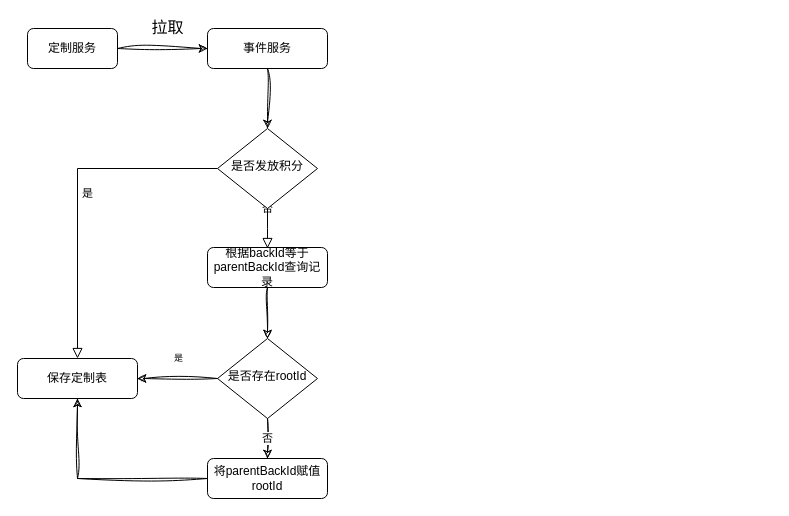
This is image/积分.drawio from xk11961677/other, a draw.io file, before an edit. Source tidied: cells renumbered, new cells numbered last; positions are measured from the earlier drawing's top-left corner, leaving out a move shared by most shapes. Both pictures are drawn from the tidied source at 100%, with x=0, y=0 at pixel (17, 28).
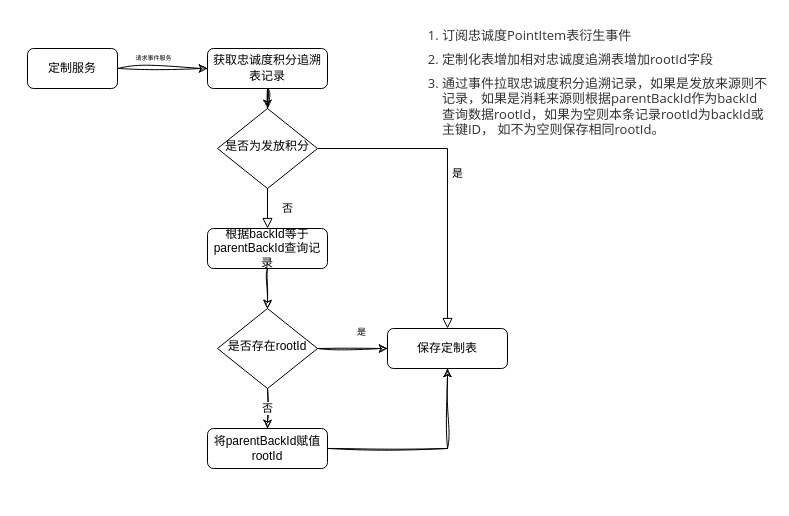
The same page after the edit.

The edit, as a diff of the source:
```diff
@@
 <mxGraphModel>
   <root>
     <mxCell id="0" />
     <mxCell id="1" parent="0" />
-    <mxCell id="2" value="拉取" style="edgeStyle=orthogonalEdgeStyle;rounded=0;sketch=1;hachureGap=4;jiggle=2;curveFitting=1;jettySize=auto;html=1;fontFamily=Architects Daughter;fontSize=16;" parent="1" edge="1" source="3" target="11">
-      <mxGeometry x="0.11" y="20" relative="1" as="geometry" />
+    <mxCell id="2" value="请求事件服务" style="edgeStyle=orthogonalEdgeStyle;rounded=0;sketch=1;hachureGap=4;jiggle=2;curveFitting=1;jettySize=auto;html=1;fontFamily=Architects Daughter;fontSize=6;" parent="1" edge="1" source="3" target="11">
+      <mxGeometry x="-0.2" y="10" relative="1" as="geometry" />
     </mxCell>
     <mxCell id="3" value="定制服务" style="rounded=1;whiteSpace=wrap;html=1;fontSize=12;glass=0;strokeWidth=1;shadow=0;" parent="1" vertex="1">
-      <mxGeometry x="10" width="90" height="40" as="geometry" />
+      <mxGeometry x="10" y="20" width="90" height="40" as="geometry" />
     </mxCell>
-    <mxCell id="4" value="否" style="rounded=0;html=1;jettySize=auto;fontSize=11;endArrow=block;endFill=0;endSize=8;strokeWidth=1;shadow=0;labelBackgroundColor=none;edgeStyle=orthogonalEdgeStyle;" parent="1" edge="1" source="6">
-      <mxGeometry y="20" relative="1" as="geometry">
-        <mxPoint x="250" y="220" as="targetPoint" />
-      </mxGeometry>
-    </mxCell>
     <mxCell id="5" value="是" style="edgeStyle=orthogonalEdgeStyle;rounded=0;html=1;jettySize=auto;fontSize=11;endArrow=block;endFill=0;endSize=8;strokeWidth=1;shadow=0;labelBackgroundColor=none;" parent="1" edge="1" source="6" target="7">
       <mxGeometry y="10" relative="1" as="geometry" />
     </mxCell>
-    <mxCell id="6" value="是否发放积分" style="rhombus;whiteSpace=wrap;html=1;shadow=0;fontFamily=Helvetica;fontSize=12;align=center;strokeWidth=1;spacing=6;spacingTop=-4;" parent="1" vertex="1">
-      <mxGeometry x="200" y="100" width="100" height="80" as="geometry" />
+    <mxCell id="6" value="是否为发放积分" style="rhombus;whiteSpace=wrap;html=1;shadow=0;fontFamily=Helvetica;fontSize=12;align=center;strokeWidth=1;spacing=6;spacingTop=-4;" parent="1" vertex="1">
+      <mxGeometry x="200" y="80" width="100" height="80" as="geometry" />
     </mxCell>
     <mxCell id="7" value="保存定制表" style="rounded=1;whiteSpace=wrap;html=1;fontSize=12;glass=0;strokeWidth=1;shadow=0;" parent="1" vertex="1">
-      <mxGeometry y="330" width="120" height="40" as="geometry" />
+      <mxGeometry x="370" y="300" width="120" height="40" as="geometry" />
     </mxCell>
     <mxCell id="8" style="edgeStyle=orthogonalEdgeStyle;rounded=0;sketch=1;hachureGap=4;jiggle=2;curveFitting=1;jettySize=auto;html=1;fontFamily=Architects Daughter;fontSize=16;" parent="1" edge="1" source="9" target="15">
       <mxGeometry relative="1" as="geometry" />
     </mxCell>
-    <mxCell id="9" value="根据backId等于parentBackId查询记录" style="rounded=1;whiteSpace=wrap;html=1;fontSize=12;glass=0;strokeWidth=1;shadow=0;" parent="1" vertex="1">
-      <mxGeometry x="190" y="219" width="120" height="40" as="geometry" />
-    </mxCell>
     <mxCell id="10" style="edgeStyle=orthogonalEdgeStyle;rounded=0;sketch=1;hachureGap=4;jiggle=2;curveFitting=1;jettySize=auto;html=1;fontFamily=Architects Daughter;fontSize=16;" parent="1" edge="1" source="11" target="6">
       <mxGeometry relative="1" as="geometry" />
     </mxCell>
-    <mxCell id="11" value="&lt;span style=&quot;color: rgb(0, 0, 0); font-family: &amp;quot;Architects Daughter&amp;quot;; font-size: 12px; font-style: normal; font-variant-ligatures: normal; font-variant-caps: normal; font-weight: 400; letter-spacing: normal; orphans: 2; text-align: center; text-indent: 0px; text-transform: none; widows: 2; word-spacing: 0px; -webkit-text-stroke-width: 0px; background-color: rgb(255, 255, 255); text-decoration-thickness: initial; text-decoration-style: initial; text-decoration-color: initial; float: none; display: inline !important;&quot;&gt;事件服务&lt;/span&gt;" style="rounded=1;whiteSpace=wrap;html=1;fontSize=12;glass=0;strokeWidth=1;shadow=0;" parent="1" vertex="1">
-      <mxGeometry x="190" width="120" height="40" as="geometry" />
+    <mxCell id="11" value="&lt;font face=&quot;Architects Daughter&quot;&gt;&lt;span style=&quot;background-color: rgb(255, 255, 255);&quot;&gt;获取忠诚度积分追溯表记录&lt;/span&gt;&lt;/font&gt;" style="rounded=1;whiteSpace=wrap;html=1;fontSize=12;glass=0;strokeWidth=1;shadow=0;" parent="1" vertex="1">
+      <mxGeometry x="190" y="20" width="120" height="40" as="geometry" />
     </mxCell>
     <mxCell id="12" style="edgeStyle=orthogonalEdgeStyle;rounded=0;sketch=1;hachureGap=4;jiggle=2;curveFitting=1;jettySize=auto;html=1;fontFamily=Architects Daughter;fontSize=16;" parent="1" edge="1" source="15" target="7">
       <mxGeometry relative="1" as="geometry" />
     </mxCell>
     <mxCell id="13" value="是" style="edgeLabel;html=1;align=center;verticalAlign=middle;fontSize=9;fontFamily=Architects Daughter;" parent="12" vertex="1">
       <mxGeometry x="0.1" y="-2" relative="1" as="geometry">
         <mxPoint x="4" y="-18" as="offset" />
       </mxGeometry>
     </mxCell>
     <mxCell id="14" value="否" style="edgeStyle=orthogonalEdgeStyle;rounded=0;sketch=1;hachureGap=4;jiggle=2;curveFitting=1;jettySize=auto;html=1;fontFamily=Architects Daughter;fontSize=11;" parent="1" edge="1" source="15" target="17">
       <mxGeometry relative="1" as="geometry" />
     </mxCell>
     <mxCell id="15" value="是否存在rootId" style="rhombus;whiteSpace=wrap;html=1;shadow=0;fontFamily=Helvetica;fontSize=12;align=center;strokeWidth=1;spacing=6;spacingTop=-4;" parent="1" vertex="1">
-      <mxGeometry x="200" y="310" width="100" height="80" as="geometry" />
+      <mxGeometry x="200" y="280" width="100" height="80" as="geometry" />
     </mxCell>
     <mxCell id="16" style="edgeStyle=orthogonalEdgeStyle;rounded=0;sketch=1;hachureGap=4;jiggle=2;curveFitting=1;jettySize=auto;html=1;entryX=0.5;entryY=1;entryDx=0;entryDy=0;fontFamily=Architects Daughter;fontSize=16;" parent="1" edge="1" source="17" target="7">
       <mxGeometry relative="1" as="geometry" />
     </mxCell>
     <mxCell id="17" value="将parentBackId赋值rootId" style="rounded=1;whiteSpace=wrap;html=1;fontSize=12;glass=0;strokeWidth=1;shadow=0;" parent="1" vertex="1">
-      <mxGeometry x="190" y="430" width="120" height="40" as="geometry" />
+      <mxGeometry x="190" y="400" width="120" height="40" as="geometry" />
     </mxCell>
+    <mxCell id="4" value="否" style="rounded=0;html=1;jettySize=auto;fontSize=11;endArrow=block;endFill=0;endSize=8;strokeWidth=1;shadow=0;labelBackgroundColor=none;edgeStyle=orthogonalEdgeStyle;" parent="1" edge="1" source="6" target="9">
+      <mxGeometry y="20" relative="1" as="geometry" />
+    </mxCell>
+    <mxCell id="9" value="根据backId等于parentBackId查询记录" style="rounded=1;whiteSpace=wrap;html=1;fontSize=12;glass=0;strokeWidth=1;shadow=0;" parent="1" vertex="1">
+      <mxGeometry x="190" y="200" width="120" height="40" as="geometry" />
+    </mxCell>
+    <mxCell id="18" value="&lt;h1 style=&quot;font-size: 13px;&quot;&gt;&lt;ol style=&quot;box-sizing: border-box; margin: 0.8em 0px; padding-left: 30px; position: relative; caret-color: rgb(51, 51, 51); color: rgb(51, 51, 51); font-family: &amp;quot;Open Sans&amp;quot;, &amp;quot;Clear Sans&amp;quot;, &amp;quot;Helvetica Neue&amp;quot;, Helvetica, Arial, &amp;quot;Segoe UI Emoji&amp;quot;, sans-serif; font-weight: 400; text-size-adjust: auto; background-color: rgb(255, 255, 255);&quot; class=&quot;ol-list&quot;&gt;&lt;li style=&quot;box-sizing: border-box; margin: 0px 0px 0px 2em; position: relative;&quot; class=&quot;md-list-item md-focus-container&quot;&gt;&lt;p style=&quot;box-sizing: border-box; line-height: inherit; orphans: 4; margin: 0px 0px 0.5rem; position: relative;&quot; class=&quot;md-end-block md-p md-focus&quot;&gt;订阅忠诚度PointItem表衍生事件&lt;/p&gt;&lt;/li&gt;&lt;li style=&quot;box-sizing: border-box; margin: 0px 0px 0px 2em; position: relative;&quot; class=&quot;md-list-item&quot;&gt;&lt;p style=&quot;box-sizing: border-box; line-height: inherit; orphans: 4; margin: 0px 0px 0.5rem; position: relative;&quot; class=&quot;md-end-block md-p&quot;&gt;&lt;span style=&quot;box-sizing: border-box;&quot; class=&quot;md-plain&quot;&gt;定制化表增加相对忠诚度追溯表增加rootId字段&lt;/span&gt;&lt;/p&gt;&lt;/li&gt;&lt;li style=&quot;box-sizing: border-box; margin: 0px 0px 0px 2em; position: relative;&quot; class=&quot;md-list-item md-focus-container&quot;&gt;&lt;p style=&quot;box-sizing: border-box; line-height: inherit; orphans: 4; margin: 0px 0px 0.5rem; position: relative;&quot; class=&quot;md-end-block md-p md-focus&quot;&gt;&lt;span style=&quot;box-sizing: border-box;&quot; class=&quot;md-plain md-expand&quot;&gt;通过事件拉取忠诚度积分追溯记录，如果是发放来源则不记录，如果是消耗来源则根据parentBackId作为backId查询数据rootId，如果为空则本条记录rootId为backId或主键ID， 如不为空则保存相同rootId。&lt;/span&gt;&lt;/p&gt;&lt;/li&gt;&lt;/ol&gt;&lt;/h1&gt;" style="text;html=1;strokeColor=none;fillColor=none;spacing=5;spacingTop=-20;whiteSpace=wrap;overflow=hidden;rounded=0;fontSize=20;fontFamily=Architects Daughter;align=left;" parent="1" vertex="1">
+      <mxGeometry x="364" width="390" height="120" as="geometry" />
+    </mxCell>
   </root>
 </mxGraphModel>
```
